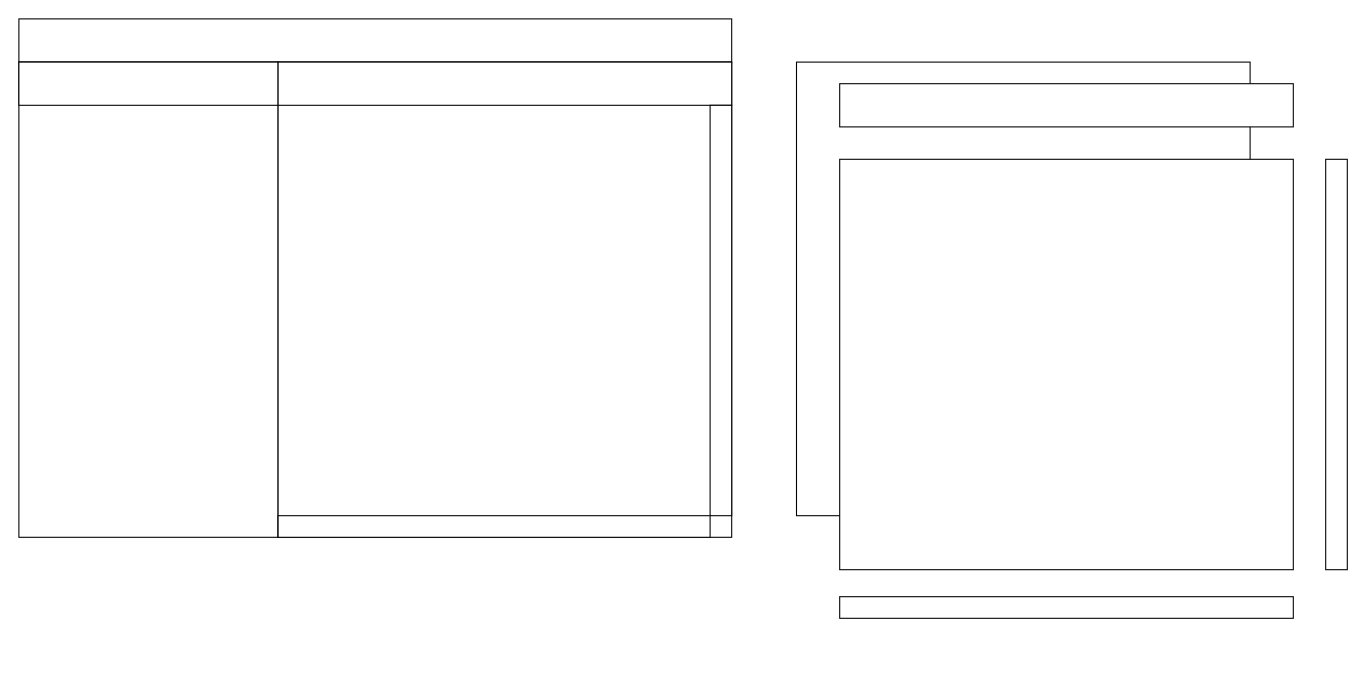
Before: Packages/com.peterxiang.xmlib.am2/Documentation~/design.drawio in PxGame/XMLib.AM2.Example, a draw.io diagram. Source tidied: cells renumbered, new cells numbered last; positions are measured from the earlier drawing's top-left corner, leaving out a move shared by most shapes. Both pictures are drawn from the tidied source at 108%, with x=0, y=0 at pixel (18, 18).
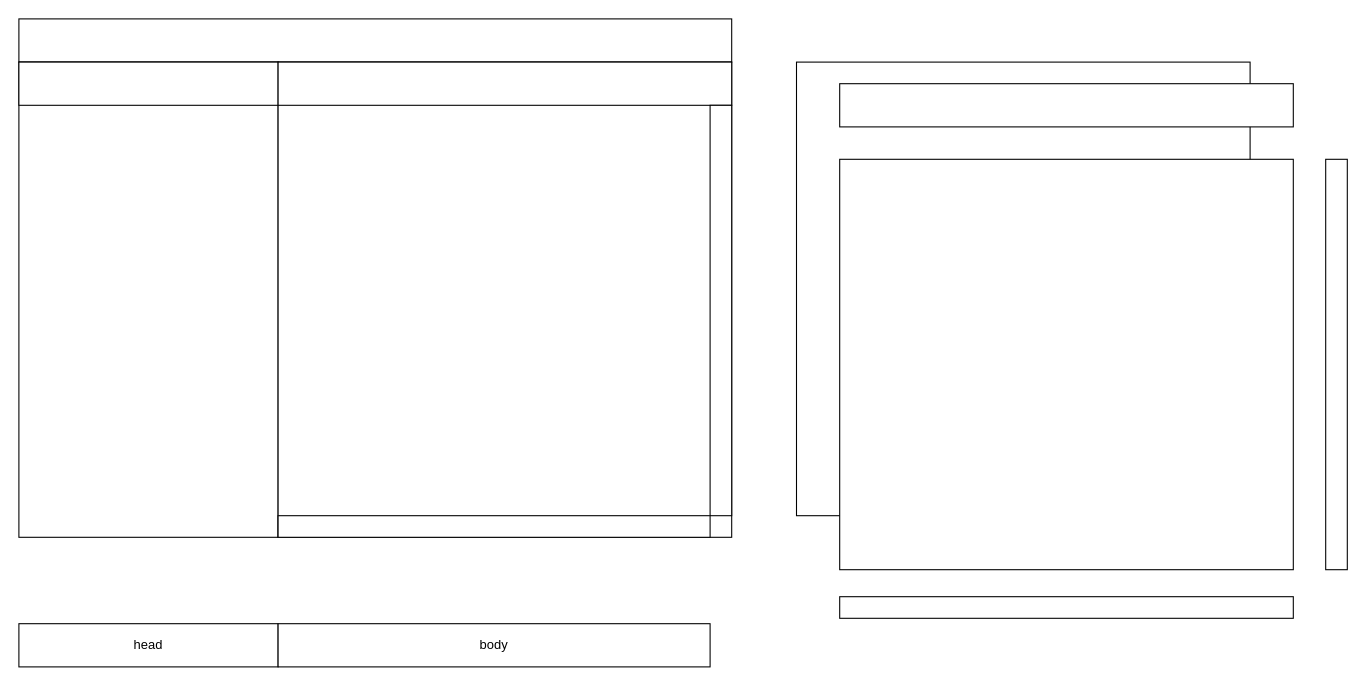
The same page after the edit.

Diff of the diagram source:
```diff
@@
 <mxGraphModel>
   <root>
     <mxCell id="0" />
     <mxCell id="1" parent="0" />
     <mxCell id="2" style="rounded=0;whiteSpace=wrap;html=1;" parent="1" vertex="1">
       <mxGeometry width="660" height="40" as="geometry" />
     </mxCell>
     <mxCell id="3" style="rounded=0;whiteSpace=wrap;html=1;" parent="1" vertex="1">
       <mxGeometry y="40" width="240" height="440" as="geometry" />
     </mxCell>
     <mxCell id="4" style="rounded=0;whiteSpace=wrap;html=1;" parent="1" vertex="1">
       <mxGeometry x="240" y="40" width="420" height="440" as="geometry" />
     </mxCell>
     <mxCell id="5" style="rounded=0;whiteSpace=wrap;html=1;" parent="1" vertex="1">
       <mxGeometry y="40" width="240" height="40" as="geometry" />
     </mxCell>
     <mxCell id="6" style="rounded=0;whiteSpace=wrap;html=1;" parent="1" vertex="1">
       <mxGeometry x="240" y="40" width="420" height="40" as="geometry" />
     </mxCell>
     <mxCell id="7" style="rounded=0;whiteSpace=wrap;html=1;" parent="1" vertex="1">
       <mxGeometry x="640" y="80" width="20" height="380" as="geometry" />
     </mxCell>
     <mxCell id="8" style="rounded=0;whiteSpace=wrap;html=1;" parent="1" vertex="1">
       <mxGeometry x="240" y="460" width="400" height="20" as="geometry" />
     </mxCell>
     <mxCell id="9" style="rounded=0;whiteSpace=wrap;html=1;" parent="1" vertex="1">
       <mxGeometry x="720" y="40" width="420" height="420" as="geometry" />
     </mxCell>
     <mxCell id="10" style="rounded=0;whiteSpace=wrap;html=1;" parent="1" vertex="1">
       <mxGeometry x="760" y="60" width="420" height="40" as="geometry" />
     </mxCell>
     <mxCell id="11" style="rounded=0;whiteSpace=wrap;html=1;" parent="1" vertex="1">
       <mxGeometry x="760" y="130" width="420" height="380" as="geometry" />
     </mxCell>
     <mxCell id="12" style="rounded=0;whiteSpace=wrap;html=1;" parent="1" vertex="1">
       <mxGeometry x="1210" y="130" width="20" height="380" as="geometry" />
     </mxCell>
     <mxCell id="13" style="rounded=0;whiteSpace=wrap;html=1;" parent="1" vertex="1">
       <mxGeometry x="760" y="535" width="420" height="20" as="geometry" />
     </mxCell>
+    <mxCell id="14" value="head" style="rounded=0;whiteSpace=wrap;html=1;" parent="1" vertex="1">
+      <mxGeometry y="560" width="240" height="40" as="geometry" />
+    </mxCell>
+    <mxCell id="15" value="body" style="rounded=0;whiteSpace=wrap;html=1;" parent="1" vertex="1">
+      <mxGeometry x="240" y="560" width="400" height="40" as="geometry" />
+    </mxCell>
   </root>
 </mxGraphModel>
```
